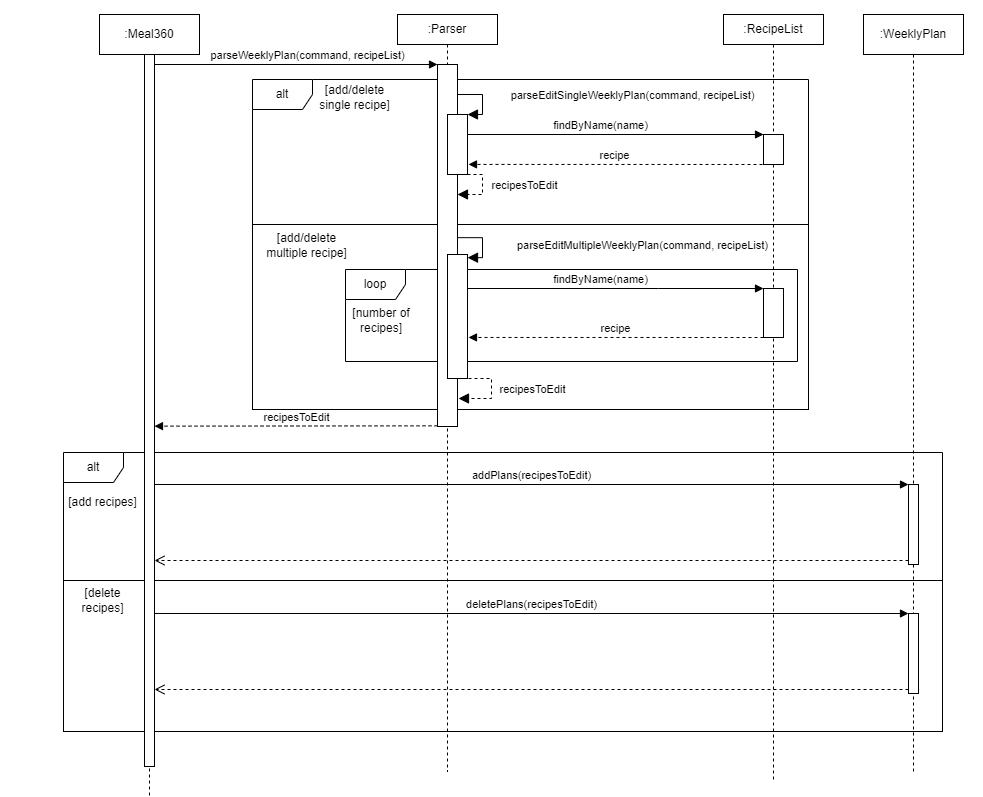
Earlier version of the draw.io export docs/UML/Implementation/EditWeeklyPlan/EditWeeklyPlan.png (nus-cs2113-AY2223S2/tp). Source tidied: cells renumbered, new cells last; positions are measured from the earlier drawing's top-left corner, leaving out a move shared by most shapes.
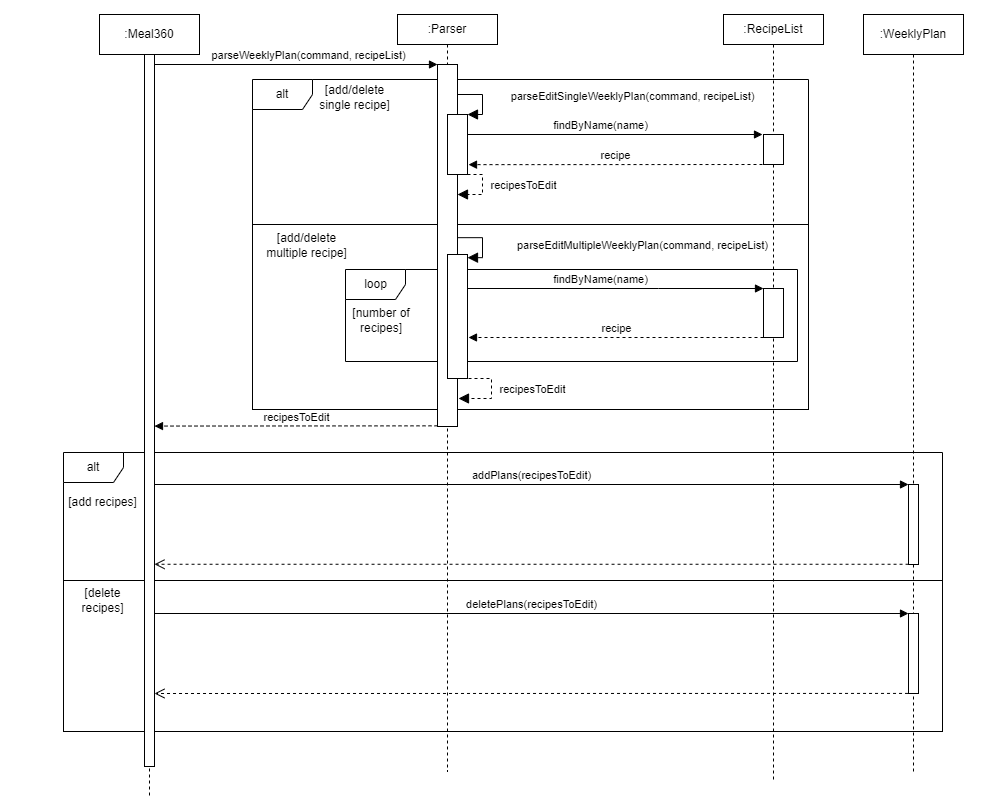
After the commit.

Commit message:
Fix sequence diagram

Diff of the diagram source:
```diff
@@ -146,7 +146,7 @@
     <mxCell id="34" value="addPlans(recipesToEdit)" style="html=1;verticalAlign=bottom;endArrow=block;entryX=0;entryY=0;rounded=0;" parent="1" edge="1" source="27" target="32">
       <mxGeometry relative="1" as="geometry" />
     </mxCell>
-    <mxCell id="35" style="html=1;verticalAlign=bottom;endArrow=open;dashed=1;endSize=8;exitX=0;exitY=0.95;rounded=0;" parent="1" edge="1" source="32" target="27">
+    <mxCell id="35" style="html=1;verticalAlign=bottom;endArrow=open;dashed=1;endSize=8;rounded=0;exitX=0.005;exitY=0.997;exitDx=0;exitDy=0;exitPerimeter=0;" parent="1" edge="1" source="32" target="27">
       <mxGeometry relative="1" as="geometry" />
     </mxCell>
     <mxCell id="36" value="deletePlans(recipesToEdit)" style="html=1;verticalAlign=bottom;endArrow=block;entryX=0;entryY=0;rounded=0;" parent="1" edge="1" target="33">
@@ -154,9 +154,9 @@
         <mxPoint x="154" y="613" as="sourcePoint" />
       </mxGeometry>
     </mxCell>
-    <mxCell id="37" style="html=1;verticalAlign=bottom;endArrow=open;dashed=1;endSize=8;exitX=0;exitY=0.95;rounded=0;" parent="1" edge="1" source="33">
+    <mxCell id="37" style="html=1;verticalAlign=bottom;endArrow=open;dashed=1;endSize=8;exitX=-0.048;exitY=0.999;rounded=0;exitDx=0;exitDy=0;exitPerimeter=0;" parent="1" edge="1" source="33">
       <mxGeometry relative="1" as="geometry">
-        <mxPoint x="154" y="689" as="targetPoint" />
+        <mxPoint x="154" y="693" as="targetPoint" />
       </mxGeometry>
     </mxCell>
     <mxCell id="38" value="[delete recipes]" style="text;html=1;strokeColor=none;fillColor=none;align=center;verticalAlign=middle;whiteSpace=wrap;rounded=0;" parent="1" vertex="1">
```
